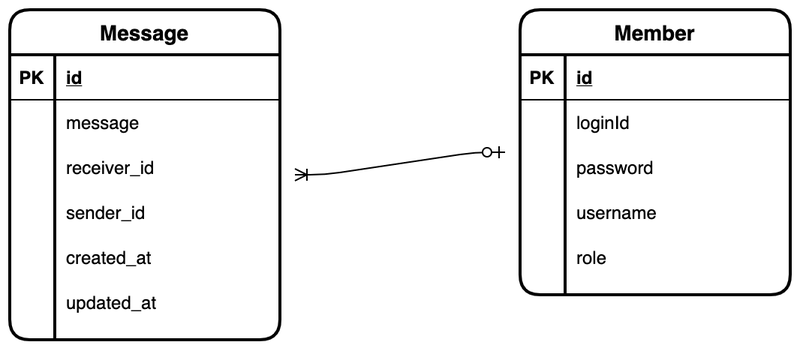
GoodDonkey/Cuppa keeps this draw.io diagram as etc/cuppa-ERD.png. Above is the earlier version. Source tidied: cells renumbered, new cells last; positions are measured from the earlier drawing's top-left corner, leaving out a move shared by most shapes.
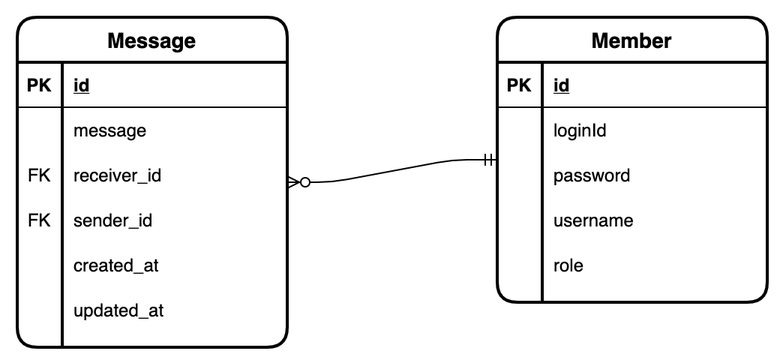
After the change.

What changed in the source:
```diff
@@ -3,7 +3,7 @@
     <mxCell id="0" />
     <mxCell id="1" parent="0" />
     <mxCell id="2" value="Message" style="shape=table;startSize=30;rowLines=0;fontStyle=1;align=center;rounded=1;sketch=0;fontSize=14;fontColor=none;strokeWidth=2;" parent="1" vertex="1">
-      <mxGeometry width="180" height="220" as="geometry" />
+      <mxGeometry x="-20" y="120" width="180" height="220" as="geometry" />
     </mxCell>
     <mxCell id="3" style="shape=partialRectangle;fillColor=none;top=0;left=0;bottom=1;right=0;" parent="2" vertex="1">
       <mxGeometry y="30" width="180" height="30" as="geometry" />
@@ -26,7 +26,7 @@
     <mxCell id="9" style="shape=partialRectangle;fillColor=none;top=0;left=0;bottom=0;right=0;" parent="2" vertex="1">
       <mxGeometry y="90" width="180" height="30" as="geometry" />
     </mxCell>
-    <mxCell id="10" style="shape=partialRectangle;fillColor=none;top=0;left=0;bottom=0;right=0;overflow=hidden;" parent="9" vertex="1">
+    <mxCell id="10" value="FK" style="shape=partialRectangle;fillColor=none;top=0;left=0;bottom=0;right=0;overflow=hidden;" parent="9" vertex="1">
       <mxGeometry width="30" height="30" as="geometry" />
     </mxCell>
     <mxCell id="11" value="receiver_id" style="shape=partialRectangle;fillColor=none;top=0;left=0;bottom=0;right=0;align=left;spacingLeft=6;overflow=hidden;" parent="9" vertex="1">
@@ -35,7 +35,7 @@
     <mxCell id="12" style="shape=partialRectangle;fillColor=none;top=0;left=0;bottom=0;right=0;" parent="2" vertex="1">
       <mxGeometry y="120" width="180" height="30" as="geometry" />
     </mxCell>
-    <mxCell id="13" style="shape=partialRectangle;fillColor=none;top=0;left=0;bottom=0;right=0;overflow=hidden;" parent="12" vertex="1">
+    <mxCell id="13" value="FK" style="shape=partialRectangle;fillColor=none;top=0;left=0;bottom=0;right=0;overflow=hidden;" parent="12" vertex="1">
       <mxGeometry width="30" height="30" as="geometry" />
     </mxCell>
     <mxCell id="14" value="sender_id" style="shape=partialRectangle;fillColor=none;top=0;left=0;bottom=0;right=0;align=left;spacingLeft=6;overflow=hidden;" parent="12" vertex="1">
@@ -60,7 +60,7 @@
       <mxGeometry x="30" width="150" height="30" as="geometry" />
     </mxCell>
     <mxCell id="21" value="Member" style="shape=table;startSize=30;rowLines=0;fontStyle=1;align=center;rounded=1;sketch=0;fontSize=14;fontColor=none;strokeWidth=2;" parent="1" vertex="1">
-      <mxGeometry x="340" width="180" height="190" as="geometry" />
+      <mxGeometry x="300" y="120" width="180" height="190" as="geometry" />
     </mxCell>
     <mxCell id="22" style="shape=partialRectangle;fillColor=none;top=0;left=0;bottom=1;right=0;" parent="21" vertex="1">
       <mxGeometry y="30" width="180" height="30" as="geometry" />
@@ -107,7 +107,7 @@
     <mxCell id="36" value="role" style="shape=partialRectangle;fillColor=none;top=0;left=0;bottom=0;right=0;align=left;spacingLeft=6;overflow=hidden;" parent="34" vertex="1">
       <mxGeometry x="30" width="150" height="30" as="geometry" />
     </mxCell>
-    <mxCell id="37" style="edgeStyle=entityRelationEdgeStyle;fontSize=12;html=1;endArrow=ERoneToMany;startArrow=ERzeroToOne;fontColor=none;endSize=6;sourcePerimeterSpacing=10;targetPerimeterSpacing=10;strokeWidth=1;" parent="1" edge="1" source="21" target="2">
+    <mxCell id="37" style="edgeStyle=entityRelationEdgeStyle;fontSize=12;html=1;endArrow=ERzeroToMany;startArrow=ERmandOne;" parent="1" edge="1" source="21" target="2">
       <mxGeometry relative="1" as="geometry" />
     </mxCell>
   </root>
```
